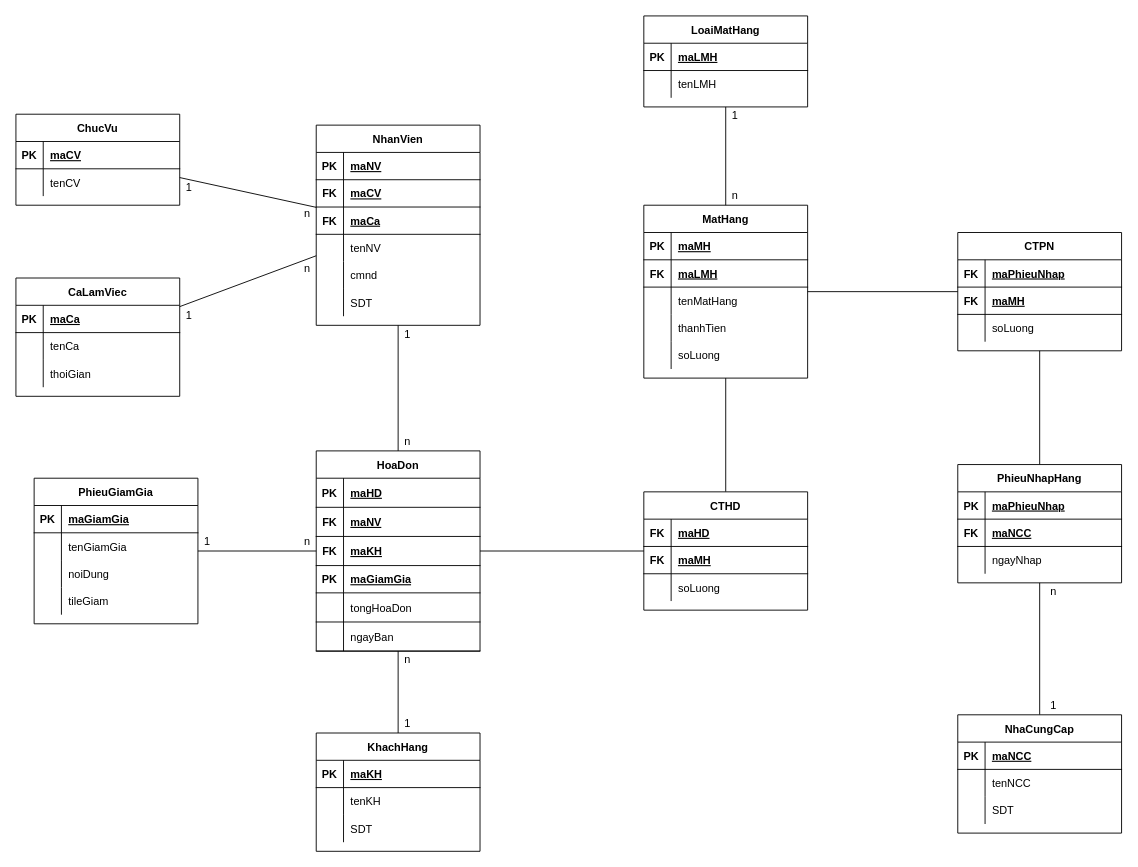
Above: resource/erd/ERD.drawio in EdgarIgnite16/Mini-Store-Manager (draw.io), before the change. Source tidied: cells renumbered, new cells numbered last; positions are measured from the earlier drawing's top-left corner, leaving out a move shared by most shapes. Both pictures are drawn from the tidied source at 91%, with x=0, y=0 at pixel (15, 15).
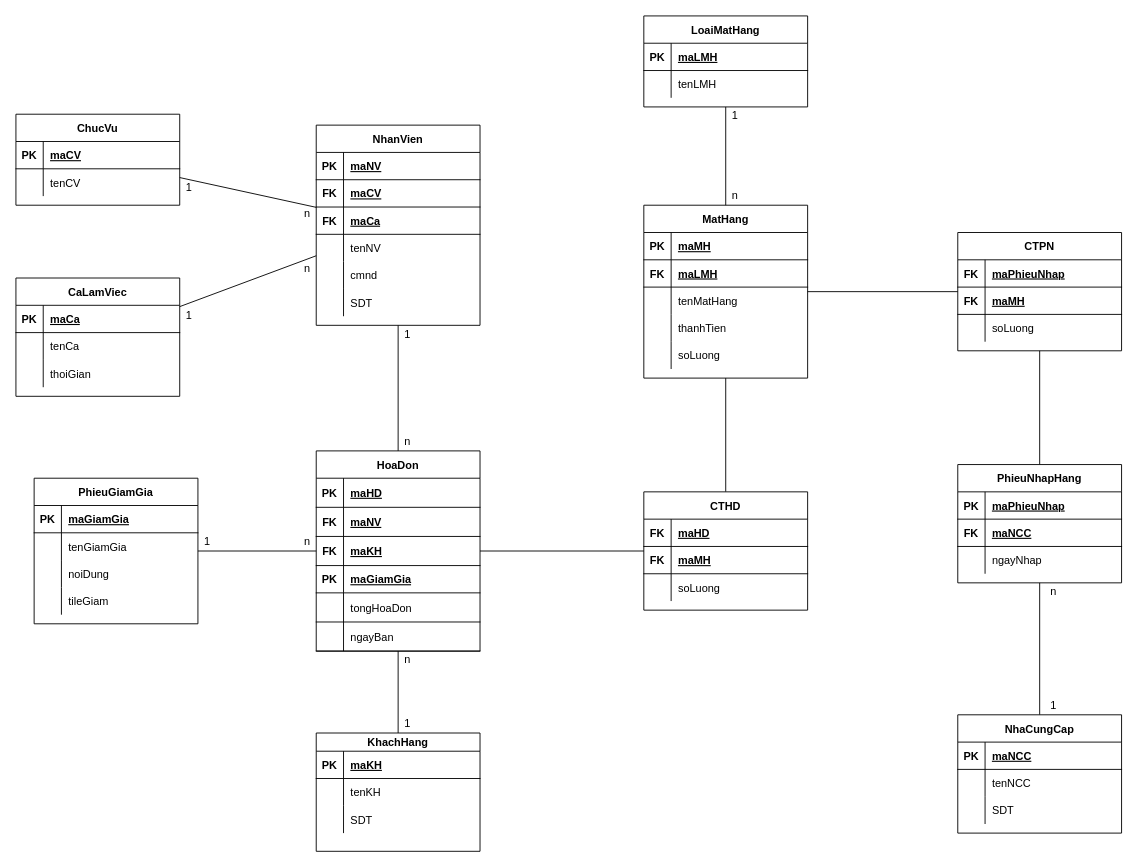
Above is the later version.

Diff of the diagram source:
```diff
@@
-    <mxCell id="74" value="KhachHang" style="shape=table;startSize=30;childLayout=tableLayout;rowLines=0;fontStyle=1;align=center;strokeColor=default;" parent="1" vertex="1">
+    <mxCell id="74" value="KhachHang" style="shape=table;startSize=20;childLayout=tableLayout;rowLines=0;fontStyle=1;align=center;strokeColor=default;" parent="1" vertex="1">
       <mxGeometry x="330" y="788" width="180" height="130" as="geometry" />
     </mxCell>
     <mxCell id="75" style="shape=tableRow;horizontal=0;startSize=0;swimlaneHead=0;swimlaneBody=0;fillColor=none;top=0;left=0;right=0;bottom=1;strokeColor=default;" parent="74" vertex="1">
-      <mxGeometry y="30" width="180" height="30" as="geometry" />
+      <mxGeometry y="20" width="180" height="30" as="geometry" />
     </mxCell>
@@
     <mxCell id="78" style="shape=tableRow;horizontal=0;startSize=0;swimlaneHead=0;swimlaneBody=0;fillColor=none;top=0;left=0;right=0;bottom=0;strokeColor=default;" parent="74" vertex="1">
-      <mxGeometry y="60" width="180" height="30" as="geometry" />
+      <mxGeometry y="50" width="180" height="30" as="geometry" />
     </mxCell>
@@
     <mxCell id="81" style="shape=tableRow;horizontal=0;startSize=0;swimlaneHead=0;swimlaneBody=0;fillColor=none;top=0;left=0;right=0;bottom=0;strokeColor=default;" parent="74" vertex="1">
-      <mxGeometry y="90" width="180" height="30" as="geometry" />
+      <mxGeometry y="80" width="180" height="30" as="geometry" />
     </mxCell>
```
